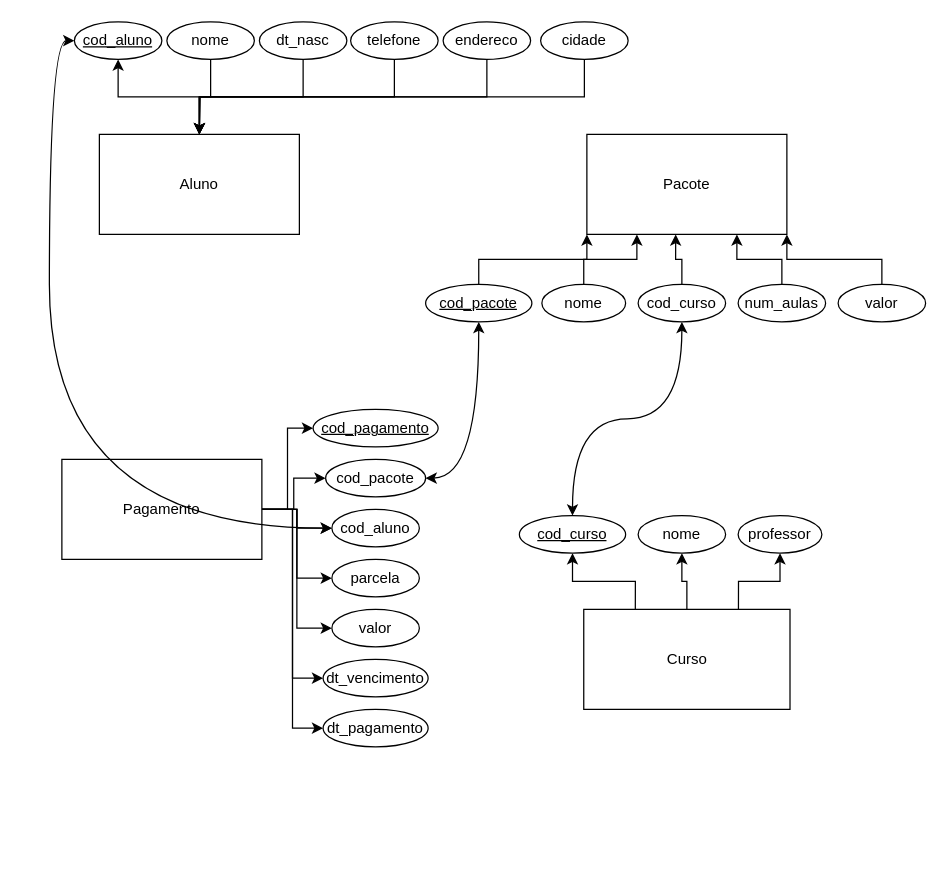
AugustoEnzo/StructuredQueryLanguage keeps this draw.io diagram as Relacional DER.drawio. Above is the earlier version. Source tidied: cells renumbered, new cells numbered last; positions are measured from the earlier drawing's top-left corner, leaving out a move shared by most shapes. Both pictures are drawn from the tidied source at 125%, with x=0, y=0 at pixel (61, 21).
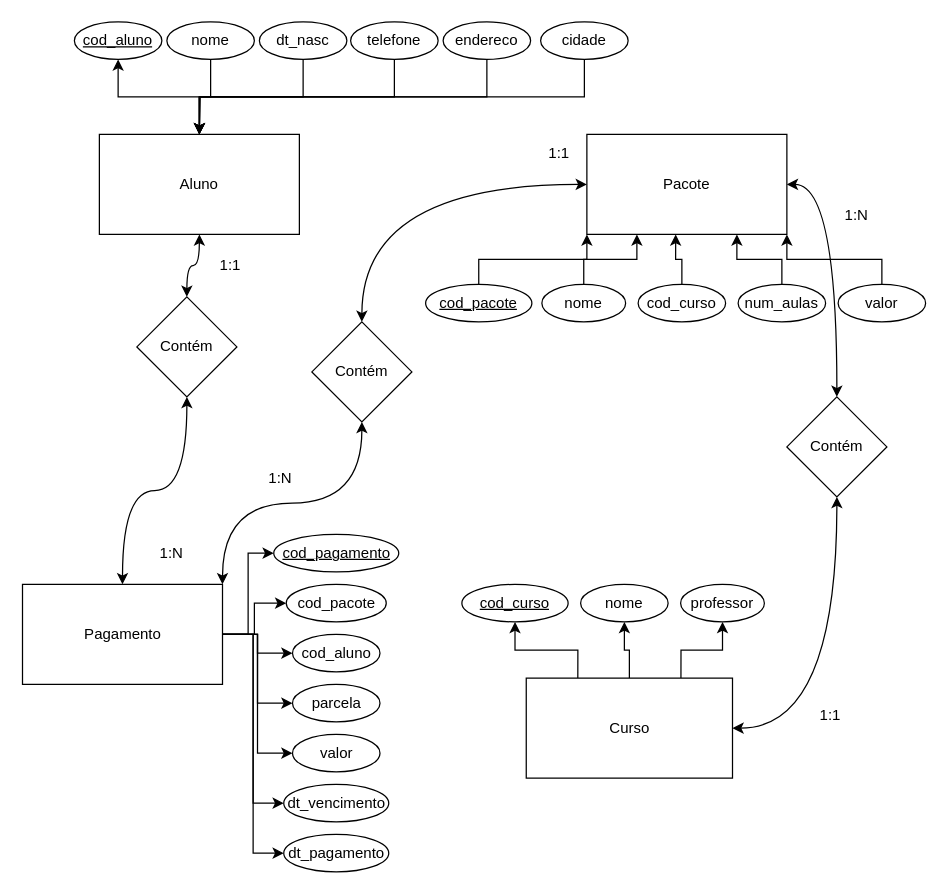
The same page after the edit.

The change refers to these unchanged cells:
```xml
<mxCell id="3" value="Aluno" style="rounded=0;whiteSpace=wrap;html=1;" parent="1" vertex="1">
  <mxGeometry x="30" y="90" width="160" height="80" as="geometry" />
</mxCell>
<mxCell id="4" value="Pacote" style="rounded=0;whiteSpace=wrap;html=1;" parent="1" vertex="1">
  <mxGeometry x="420" y="90" width="160" height="80" as="geometry" />
</mxCell>
<mxCell id="18" value="&lt;u&gt;cod_aluno&lt;/u&gt;" style="ellipse;whiteSpace=wrap;html=1;strokeColor=#000000;" parent="1" vertex="1">
  <mxGeometry x="10" width="70" height="30" as="geometry" />
</mxCell>
<mxCell id="38" value="&lt;u&gt;cod_pacote&lt;/u&gt;" style="ellipse;whiteSpace=wrap;html=1;strokeColor=#000000;" parent="1" vertex="1">
  <mxGeometry x="291" y="210" width="85" height="30" as="geometry" />
</mxCell>
<mxCell id="42" value="cod_curso" style="ellipse;whiteSpace=wrap;html=1;strokeColor=#000000;" parent="1" vertex="1">
  <mxGeometry x="461" y="210" width="70" height="30" as="geometry" />
</mxCell>
```

What changed in the source:
```diff
@@
+    <mxCell id="51" style="edgeStyle=orthogonalEdgeStyle;curved=1;rounded=0;jettySize=auto;html=1;exitX=0.5;exitY=1;exitDx=0;exitDy=0;startArrow=classic;startFill=1;endArrow=classic;endFill=1;elbow=vertical;" parent="1" edge="1" source="3" target="56">
+      <mxGeometry relative="1" as="geometry" />
+    </mxCell>
@@
+    <mxCell id="52" style="edgeStyle=orthogonalEdgeStyle;curved=1;rounded=0;jettySize=auto;html=1;exitX=1;exitY=0.5;exitDx=0;exitDy=0;entryX=0.5;entryY=0;entryDx=0;entryDy=0;startArrow=classic;startFill=1;endArrow=classic;endFill=1;elbow=vertical;" parent="1" edge="1" source="4" target="63">
+      <mxGeometry relative="1" as="geometry" />
+    </mxCell>
@@
+    <mxCell id="53" style="edgeStyle=orthogonalEdgeStyle;curved=1;rounded=0;jettySize=auto;html=1;exitX=1;exitY=0;exitDx=0;exitDy=0;startArrow=classic;startFill=1;endArrow=classic;endFill=1;elbow=vertical;" parent="1" edge="1" source="12" target="60">
+      <mxGeometry relative="1" as="geometry" />
+    </mxCell>
     <mxCell id="12" value="Pagamento" style="rounded=0;whiteSpace=wrap;html=1;" parent="1" vertex="1">
-      <mxGeometry y="350" width="160" height="80" as="geometry" />
+      <mxGeometry x="-31.5" y="450" width="160" height="80" as="geometry" />
     </mxCell>
@@
+    <mxCell id="54" style="edgeStyle=orthogonalEdgeStyle;curved=1;rounded=0;jettySize=auto;html=1;exitX=1;exitY=0.5;exitDx=0;exitDy=0;startArrow=classic;startFill=1;endArrow=classic;endFill=1;elbow=vertical;" parent="1" edge="1" source="16" target="63">
+      <mxGeometry relative="1" as="geometry" />
+    </mxCell>
     <mxCell id="16" value="Curso" style="rounded=0;whiteSpace=wrap;html=1;" parent="1" vertex="1">
-      <mxGeometry x="417.5" y="470" width="165" height="80" as="geometry" />
+      <mxGeometry x="371.5" y="525" width="165" height="80" as="geometry" />
     </mxCell>
-    <mxCell id="17" style="edgeStyle=orthogonalEdgeStyle;curved=1;rounded=0;jettySize=auto;html=1;exitX=0;exitY=0.5;exitDx=0;exitDy=0;entryX=0;entryY=0.5;entryDx=0;entryDy=0;startArrow=classic;startFill=1;endArrow=classic;endFill=1;elbow=vertical;" parent="1" edge="1" source="18" target="32">
-      <mxGeometry relative="1" as="geometry" />
-    </mxCell>
@@
     <mxCell id="27" value="&lt;u&gt;cod_pagamento&lt;/u&gt;" style="ellipse;whiteSpace=wrap;html=1;strokeColor=#000000;" parent="1" vertex="1">
-      <mxGeometry x="201" y="310" width="100" height="30" as="geometry" />
+      <mxGeometry x="169.5" y="410" width="100" height="30" as="geometry" />
     </mxCell>
@@
-    <mxCell id="30" style="edgeStyle=orthogonalEdgeStyle;curved=1;rounded=0;jettySize=auto;html=1;exitX=1;exitY=0.5;exitDx=0;exitDy=0;entryX=0.5;entryY=1;entryDx=0;entryDy=0;startArrow=classic;startFill=1;endArrow=classic;endFill=1;elbow=vertical;" parent="1" edge="1" source="31" target="38">
-      <mxGeometry relative="1" as="geometry" />
-    </mxCell>
     <mxCell id="31" value="cod_pacote" style="ellipse;whiteSpace=wrap;html=1;strokeColor=#000000;" parent="1" vertex="1">
-      <mxGeometry x="211" y="350" width="80" height="30" as="geometry" />
+      <mxGeometry x="179.5" y="450" width="80" height="30" as="geometry" />
     </mxCell>
     <mxCell id="32" value="cod_aluno" style="ellipse;whiteSpace=wrap;html=1;strokeColor=#000000;" parent="1" vertex="1">
-      <mxGeometry x="216" y="390" width="70" height="30" as="geometry" />
+      <mxGeometry x="184.5" y="490" width="70" height="30" as="geometry" />
     </mxCell>
     <mxCell id="33" value="parcela" style="ellipse;whiteSpace=wrap;html=1;strokeColor=#000000;" parent="1" vertex="1">
-      <mxGeometry x="216" y="430" width="70" height="30" as="geometry" />
+      <mxGeometry x="184.5" y="530" width="70" height="30" as="geometry" />
     </mxCell>
     <mxCell id="34" value="valor" style="ellipse;whiteSpace=wrap;html=1;strokeColor=#000000;" parent="1" vertex="1">
-      <mxGeometry x="216" y="470" width="70" height="30" as="geometry" />
+      <mxGeometry x="184.5" y="570" width="70" height="30" as="geometry" />
     </mxCell>
     <mxCell id="35" value="dt_vencimento" style="ellipse;whiteSpace=wrap;html=1;strokeColor=#000000;" parent="1" vertex="1">
-      <mxGeometry x="209" y="510" width="84" height="30" as="geometry" />
+      <mxGeometry x="177.5" y="610" width="84" height="30" as="geometry" />
     </mxCell>
     <mxCell id="36" value="dt_pagamento" style="ellipse;whiteSpace=wrap;html=1;strokeColor=#000000;" parent="1" vertex="1">
-      <mxGeometry x="209" y="550" width="84" height="30" as="geometry" />
+      <mxGeometry x="177.5" y="650" width="84" height="30" as="geometry" />
     </mxCell>
@@
-    <mxCell id="47" style="edgeStyle=orthogonalEdgeStyle;rounded=0;jettySize=auto;html=1;exitX=0.5;exitY=0;exitDx=0;exitDy=0;entryX=0.5;entryY=1;entryDx=0;entryDy=0;endArrow=classic;endFill=1;elbow=vertical;curved=1;startArrow=classic;startFill=1;" parent="1" edge="1" source="48" target="42">
-      <mxGeometry relative="1" as="geometry" />
-    </mxCell>
     <mxCell id="48" value="&lt;u&gt;cod_curso&lt;/u&gt;" style="ellipse;whiteSpace=wrap;html=1;strokeColor=#000000;" parent="1" vertex="1">
-      <mxGeometry x="366" y="395" width="85" height="30" as="geometry" />
+      <mxGeometry x="320" y="450" width="85" height="30" as="geometry" />
     </mxCell>
     <mxCell id="49" value="professor" style="ellipse;whiteSpace=wrap;html=1;strokeColor=#000000;" parent="1" vertex="1">
-      <mxGeometry x="541" y="395" width="67" height="30" as="geometry" />
+      <mxGeometry x="495" y="450" width="67" height="30" as="geometry" />
     </mxCell>
     <mxCell id="50" value="nome" style="ellipse;whiteSpace=wrap;html=1;strokeColor=#000000;" parent="1" vertex="1">
-      <mxGeometry x="461" y="395" width="70" height="30" as="geometry" />
+      <mxGeometry x="415" y="450" width="70" height="30" as="geometry" />
     </mxCell>
+    <mxCell id="55" style="edgeStyle=orthogonalEdgeStyle;curved=1;rounded=0;jettySize=auto;html=1;exitX=0.5;exitY=1;exitDx=0;exitDy=0;startArrow=classic;startFill=1;endArrow=classic;endFill=1;elbow=vertical;" parent="1" edge="1" source="56" target="12">
+      <mxGeometry relative="1" as="geometry" />
+    </mxCell>
+    <mxCell id="56" value="Contém" style="rhombus;whiteSpace=wrap;html=1;strokeColor=#000000;" parent="1" vertex="1">
+      <mxGeometry x="60" y="220" width="80" height="80" as="geometry" />
+    </mxCell>
+    <mxCell id="57" value="1:1" style="text;html=1;strokeColor=none;fillColor=none;align=center;verticalAlign=middle;whiteSpace=wrap;rounded=0;" parent="1" vertex="1">
+      <mxGeometry x="120" y="180" width="30" height="30" as="geometry" />
+    </mxCell>
+    <mxCell id="58" value="1:N" style="text;html=1;strokeColor=none;fillColor=none;align=center;verticalAlign=middle;whiteSpace=wrap;rounded=0;rotation=0;" parent="1" vertex="1">
+      <mxGeometry x="72.5" y="410" width="30" height="30" as="geometry" />
+    </mxCell>
+    <mxCell id="59" style="edgeStyle=orthogonalEdgeStyle;curved=1;rounded=0;jettySize=auto;html=1;exitX=0.5;exitY=0;exitDx=0;exitDy=0;entryX=0;entryY=0.5;entryDx=0;entryDy=0;startArrow=classic;startFill=1;endArrow=classic;endFill=1;elbow=vertical;" parent="1" edge="1" source="60" target="4">
+      <mxGeometry relative="1" as="geometry" />
+    </mxCell>
+    <mxCell id="60" value="Contém" style="rhombus;whiteSpace=wrap;html=1;strokeColor=#000000;" parent="1" vertex="1">
+      <mxGeometry x="200" y="240" width="80" height="80" as="geometry" />
+    </mxCell>
+    <mxCell id="61" value="1:1" style="text;html=1;strokeColor=none;fillColor=none;align=center;verticalAlign=middle;whiteSpace=wrap;rounded=0;" parent="1" vertex="1">
+      <mxGeometry x="383" y="90" width="30" height="30" as="geometry" />
+    </mxCell>
+    <mxCell id="62" value="1:N" style="text;html=1;strokeColor=none;fillColor=none;align=center;verticalAlign=middle;whiteSpace=wrap;rounded=0;rotation=0;" parent="1" vertex="1">
+      <mxGeometry x="160" y="350" width="30" height="30" as="geometry" />
+    </mxCell>
+    <mxCell id="63" value="Contém" style="rhombus;whiteSpace=wrap;html=1;strokeColor=#000000;" parent="1" vertex="1">
+      <mxGeometry x="580" y="300" width="80" height="80" as="geometry" />
+    </mxCell>
+    <mxCell id="64" value="1:N" style="text;html=1;strokeColor=none;fillColor=none;align=center;verticalAlign=middle;whiteSpace=wrap;rounded=0;rotation=0;" parent="1" vertex="1">
+      <mxGeometry x="621" y="140" width="30" height="30" as="geometry" />
+    </mxCell>
+    <mxCell id="65" value="1:1" style="text;html=1;strokeColor=none;fillColor=none;align=center;verticalAlign=middle;whiteSpace=wrap;rounded=0;" parent="1" vertex="1">
+      <mxGeometry x="600" y="540" width="30" height="30" as="geometry" />
+    </mxCell>
```
